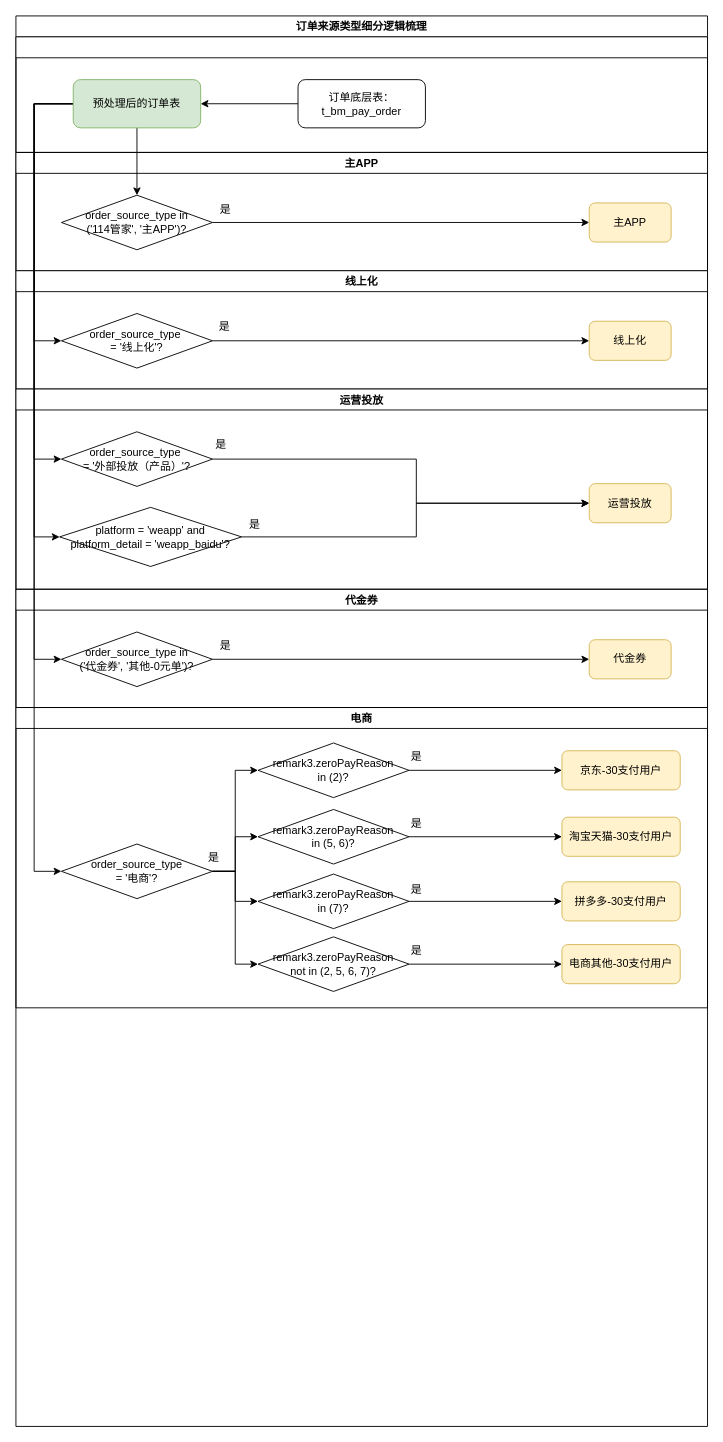
This is page "订单来源类型细分" (10 of 10) of 到家精选订单.drawio from chihiro-qx/hello-world, a draw.io file, before an edit. Source tidied: cells renumbered, new cells numbered last; positions are measured from the earlier drawing's top-left corner, leaving out a move shared by most shapes. Both pictures are drawn from the tidied source at 91%, with x=0, y=0 at pixel (15, 15).
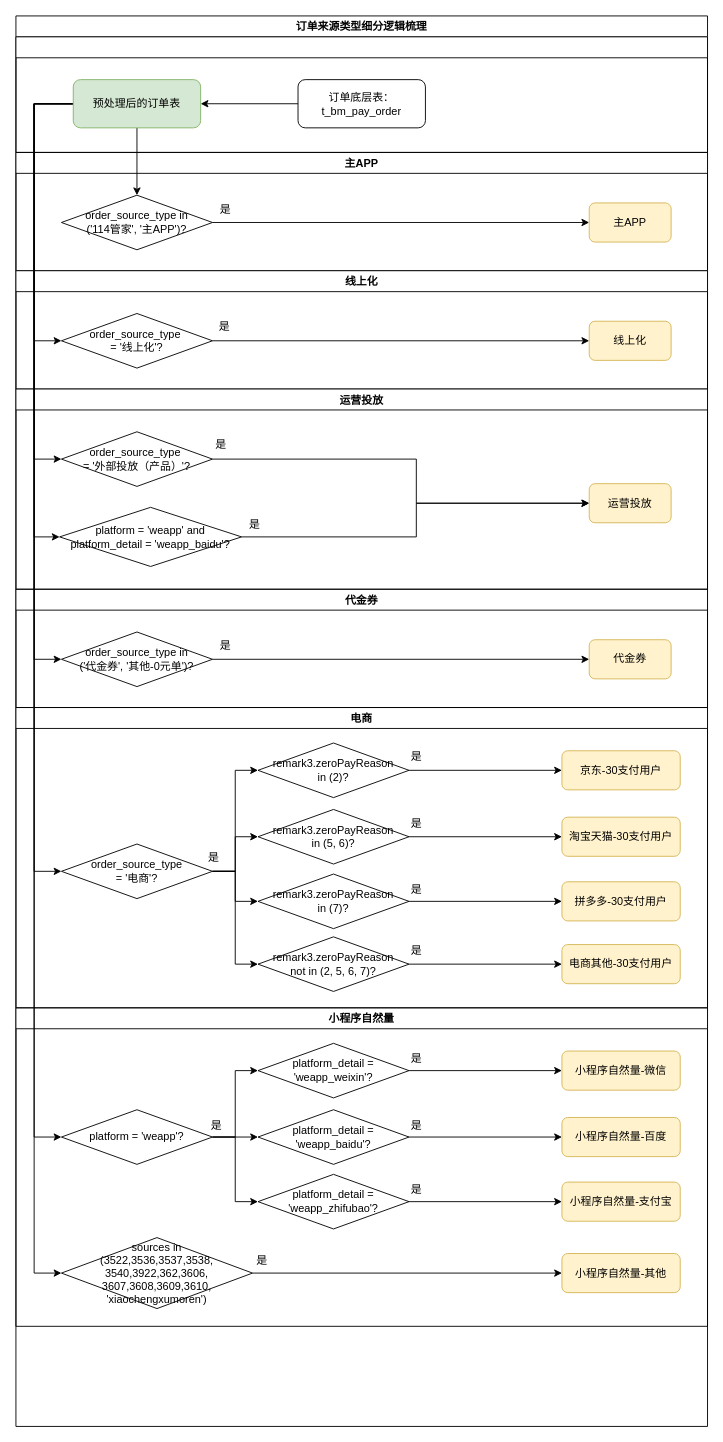
The same page after the edit.

Commit message:
Update 到家精选订单.drawio

Unchanged cells that the change refers to:
```xml
<mxCell id="2" value="订单来源类型细分逻辑梳理" style="swimlane;" parent="1" vertex="1">
  <mxGeometry width="760" height="1550" as="geometry" />
</mxCell>
<mxCell id="48" value="预处理后的订单表" style="rounded=1;whiteSpace=wrap;html=1;fillColor=#d5e8d4;strokeColor=#82b366;" parent="2" vertex="1">
  <mxGeometry x="63" y="70" width="140" height="53" as="geometry" />
</mxCell>
```

The edit, as a diff of the source:
```diff
@@
+    <mxCell id="59" value="小程序自然量" style="swimlane;" parent="2" vertex="1">
+      <mxGeometry y="1090" width="760" height="350" as="geometry" />
+    </mxCell>
+    <mxCell id="60" value="小程序自然量-微信" style="rounded=1;whiteSpace=wrap;html=1;fillColor=#fff2cc;strokeColor=#d6b656;" parent="59" vertex="1">
+      <mxGeometry x="600" y="47.5" width="130" height="43" as="geometry" />
+    </mxCell>
+    <mxCell id="61" style="edgeStyle=orthogonalEdgeStyle;rounded=0;jettySize=auto;html=1;exitX=1;exitY=0.5;exitDx=0;exitDy=0;entryX=0;entryY=0.5;entryDx=0;entryDy=0;" parent="59" edge="1" source="64" target="66">
+      <mxGeometry relative="1" as="geometry" />
+    </mxCell>
+    <mxCell id="62" style="edgeStyle=orthogonalEdgeStyle;rounded=0;jettySize=auto;html=1;exitX=1;exitY=0.5;exitDx=0;exitDy=0;entryX=0;entryY=0.5;entryDx=0;entryDy=0;" parent="59" edge="1" source="64" target="68">
+      <mxGeometry relative="1" as="geometry" />
+    </mxCell>
+    <mxCell id="63" style="edgeStyle=orthogonalEdgeStyle;rounded=0;jettySize=auto;html=1;exitX=1;exitY=0.5;exitDx=0;exitDy=0;entryX=0;entryY=0.5;entryDx=0;entryDy=0;" parent="59" edge="1" source="64" target="70">
+      <mxGeometry relative="1" as="geometry" />
+    </mxCell>
+    <mxCell id="64" value="platform = 'weapp'?" style="rhombus;whiteSpace=wrap;html=1;" parent="59" vertex="1">
+      <mxGeometry x="50" y="112" width="166" height="60" as="geometry" />
+    </mxCell>
+    <mxCell id="65" style="edgeStyle=orthogonalEdgeStyle;rounded=0;jettySize=auto;html=1;exitX=1;exitY=0.5;exitDx=0;exitDy=0;entryX=0;entryY=0.5;entryDx=0;entryDy=0;" parent="59" edge="1" source="66" target="60">
+      <mxGeometry relative="1" as="geometry" />
+    </mxCell>
+    <mxCell id="66" value="platform_detail =&lt;br&gt;'weapp_weixin'?" style="rhombus;whiteSpace=wrap;html=1;" parent="59" vertex="1">
+      <mxGeometry x="266" y="39" width="166" height="60" as="geometry" />
+    </mxCell>
+    <mxCell id="67" style="edgeStyle=orthogonalEdgeStyle;rounded=0;jettySize=auto;html=1;exitX=1;exitY=0.5;exitDx=0;exitDy=0;entryX=0;entryY=0.5;entryDx=0;entryDy=0;" parent="59" edge="1" source="68" target="73">
+      <mxGeometry relative="1" as="geometry" />
+    </mxCell>
+    <mxCell id="68" value="platform_detail =&lt;br&gt;'weapp_baidu'?" style="rhombus;whiteSpace=wrap;html=1;" parent="59" vertex="1">
+      <mxGeometry x="266" y="112" width="166" height="60" as="geometry" />
+    </mxCell>
+    <mxCell id="69" style="edgeStyle=orthogonalEdgeStyle;rounded=0;jettySize=auto;html=1;exitX=1;exitY=0.5;exitDx=0;exitDy=0;entryX=0;entryY=0.5;entryDx=0;entryDy=0;" parent="59" edge="1" source="70" target="74">
+      <mxGeometry relative="1" as="geometry" />
+    </mxCell>
+    <mxCell id="70" value="platform_detail =&lt;br&gt;'weapp_zhifubao'?" style="rhombus;whiteSpace=wrap;html=1;" parent="59" vertex="1">
+      <mxGeometry x="266" y="183" width="166" height="60" as="geometry" />
+    </mxCell>
+    <mxCell id="71" style="edgeStyle=orthogonalEdgeStyle;rounded=0;jettySize=auto;html=1;exitX=1;exitY=0.5;exitDx=0;exitDy=0;entryX=0;entryY=0.5;entryDx=0;entryDy=0;" parent="59" edge="1" source="72" target="75">
+      <mxGeometry relative="1" as="geometry" />
+    </mxCell>
+    <mxCell id="72" value="sources in &lt;br&gt;(3522,3536,3537,3538,&lt;br&gt;3540,3922,362,3606,&lt;br&gt;3607,3608,3609,3610,&lt;br&gt;'xiaochengxumoren')" style="rhombus;whiteSpace=wrap;html=1;" parent="59" vertex="1">
+      <mxGeometry x="50" y="252.5" width="210" height="78" as="geometry" />
+    </mxCell>
+    <mxCell id="73" value="小程序自然量-百度" style="rounded=1;whiteSpace=wrap;html=1;fillColor=#fff2cc;strokeColor=#d6b656;" parent="59" vertex="1">
+      <mxGeometry x="600" y="120.5" width="130" height="43" as="geometry" />
+    </mxCell>
+    <mxCell id="74" value="小程序自然量-支付宝" style="rounded=1;whiteSpace=wrap;html=1;fillColor=#fff2cc;strokeColor=#d6b656;" parent="59" vertex="1">
+      <mxGeometry x="600" y="191.5" width="130" height="43" as="geometry" />
+    </mxCell>
+    <mxCell id="75" value="小程序自然量-其他" style="rounded=1;whiteSpace=wrap;html=1;fillColor=#fff2cc;strokeColor=#d6b656;" parent="59" vertex="1">
+      <mxGeometry x="600" y="270" width="130" height="43" as="geometry" />
+    </mxCell>
@@
+    <mxCell id="76" style="edgeStyle=orthogonalEdgeStyle;rounded=0;jettySize=auto;html=1;exitX=0;exitY=0.5;exitDx=0;exitDy=0;entryX=0;entryY=0.5;entryDx=0;entryDy=0;" parent="2" edge="1" source="48" target="64">
+      <mxGeometry relative="1" as="geometry">
+        <Array as="points">
+          <mxPoint x="20" y="97" />
+          <mxPoint x="20" y="1232" />
+        </Array>
+      </mxGeometry>
+    </mxCell>
+    <mxCell id="77" style="edgeStyle=orthogonalEdgeStyle;rounded=0;jettySize=auto;html=1;exitX=0;exitY=0.5;exitDx=0;exitDy=0;entryX=0;entryY=0.5;entryDx=0;entryDy=0;" parent="2" edge="1" source="48" target="72">
+      <mxGeometry relative="1" as="geometry">
+        <Array as="points">
+          <mxPoint x="20" y="97" />
+          <mxPoint x="20" y="1382" />
+        </Array>
+      </mxGeometry>
+    </mxCell>
@@
+    <mxCell id="78" value="是" style="text;html=1;align=center;verticalAlign=middle;strokeColor=none;" parent="1" vertex="1">
+      <mxGeometry x="205" y="1210" width="30" height="20" as="geometry" />
+    </mxCell>
+    <mxCell id="79" value="是" style="text;html=1;align=center;verticalAlign=middle;strokeColor=none;" parent="1" vertex="1">
+      <mxGeometry x="425" y="1136" width="30" height="20" as="geometry" />
+    </mxCell>
+    <mxCell id="80" value="是" style="text;html=1;align=center;verticalAlign=middle;strokeColor=none;" parent="1" vertex="1">
+      <mxGeometry x="425" y="1210" width="30" height="20" as="geometry" />
+    </mxCell>
+    <mxCell id="81" value="是" style="text;html=1;align=center;verticalAlign=middle;strokeColor=none;" parent="1" vertex="1">
+      <mxGeometry x="425" y="1280" width="30" height="20" as="geometry" />
+    </mxCell>
+    <mxCell id="82" value="是" style="text;html=1;align=center;verticalAlign=middle;strokeColor=none;" parent="1" vertex="1">
+      <mxGeometry x="255" y="1358" width="30" height="20" as="geometry" />
+    </mxCell>
```
